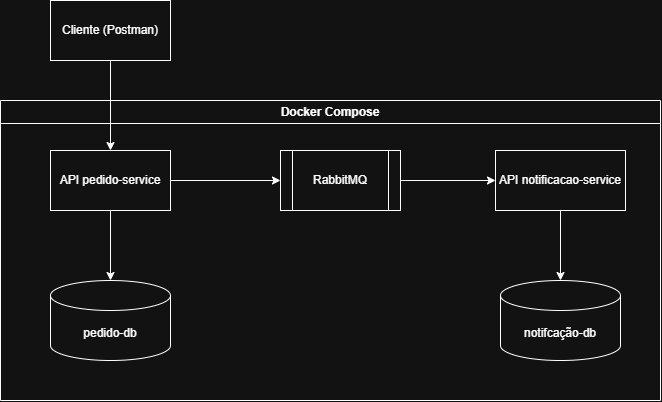
The draw.io diagram docs/arquitetura.png in pdroLcs/sistema-distribuido-pedidos, before a commit. Source tidied: cells renumbered, new cells last; positions are measured from the earlier drawing's top-left corner, leaving out a move shared by most shapes.
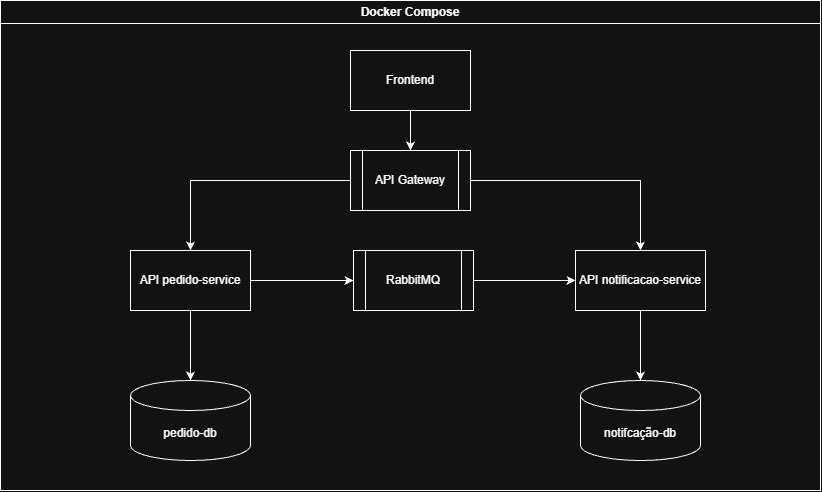
The same file after the commit.

Commit message:
docs: atualiza imagem da arquitetura

The edit, as a diff of the source:
```diff
@@ -2,41 +2,58 @@
   <root>
     <mxCell id="0" />
     <mxCell id="1" parent="0" />
-    <mxCell id="2" value="Cliente (Postman)" style="rounded=0;whiteSpace=wrap;html=1;" parent="1" vertex="1">
-      <mxGeometry x="50" width="120" height="60" as="geometry" />
-    </mxCell>
-    <mxCell id="3" value="Docker Compose" style="swimlane;whiteSpace=wrap;html=1;" parent="1" vertex="1">
-      <mxGeometry y="100" width="660" height="300" as="geometry" />
+    <mxCell id="3" value="Docker Compose" style="swimlane;whiteSpace=wrap;html=1;align=center;spacingRight=0;" parent="1" vertex="1">
+      <mxGeometry y="100" width="820" height="490" as="geometry" />
     </mxCell>
     <mxCell id="4" value="pedido-db" style="shape=cylinder3;whiteSpace=wrap;html=1;boundedLbl=1;backgroundOutline=1;size=15;" parent="3" vertex="1">
-      <mxGeometry x="50" y="180" width="120" height="80" as="geometry" />
+      <mxGeometry x="130" y="380" width="120" height="80" as="geometry" />
     </mxCell>
     <mxCell id="5" value="API pedido-service" style="rounded=0;whiteSpace=wrap;html=1;" parent="3" vertex="1">
-      <mxGeometry x="50" y="50" width="120" height="60" as="geometry" />
+      <mxGeometry x="130" y="250" width="120" height="60" as="geometry" />
     </mxCell>
     <mxCell id="6" style="edgeStyle=orthogonalEdgeStyle;rounded=0;jettySize=auto;html=1;" parent="3" edge="1" source="5" target="4">
       <mxGeometry relative="1" as="geometry" />
     </mxCell>
     <mxCell id="7" value="RabbitMQ" style="shape=process;whiteSpace=wrap;html=1;backgroundOutline=1;rounded=0;" parent="3" vertex="1">
-      <mxGeometry x="280" y="50" width="120" height="60" as="geometry" />
+      <mxGeometry x="353" y="250" width="120" height="60" as="geometry" />
     </mxCell>
     <mxCell id="8" style="edgeStyle=orthogonalEdgeStyle;rounded=0;jettySize=auto;html=1;" parent="3" edge="1" source="5" target="7">
       <mxGeometry relative="1" as="geometry" />
     </mxCell>
     <mxCell id="9" value="API notificacao-service" style="rounded=0;whiteSpace=wrap;html=1;" parent="3" vertex="1">
-      <mxGeometry x="495" y="50" width="130" height="60" as="geometry" />
+      <mxGeometry x="575" y="250" width="130" height="60" as="geometry" />
     </mxCell>
     <mxCell id="10" style="edgeStyle=orthogonalEdgeStyle;rounded=0;jettySize=auto;html=1;" parent="3" edge="1" source="7" target="9">
       <mxGeometry relative="1" as="geometry" />
     </mxCell>
     <mxCell id="11" value="notifcação-db" style="shape=cylinder3;whiteSpace=wrap;html=1;boundedLbl=1;backgroundOutline=1;size=15;" parent="3" vertex="1">
-      <mxGeometry x="500" y="180" width="120" height="80" as="geometry" />
+      <mxGeometry x="580" y="380" width="120" height="80" as="geometry" />
     </mxCell>
     <mxCell id="12" style="edgeStyle=orthogonalEdgeStyle;rounded=0;jettySize=auto;html=1;" parent="3" edge="1" source="9" target="11">
       <mxGeometry relative="1" as="geometry" />
     </mxCell>
-    <mxCell id="13" style="edgeStyle=orthogonalEdgeStyle;rounded=0;jettySize=auto;html=1;" parent="1" edge="1" source="2" target="5">
-      <mxGeometry relative="1" as="geometry" />
-    </mxCell>
+    <mxCell id="14" style="edgeStyle=orthogonalEdgeStyle;rounded=0;jettySize=auto;html=1;defaultLabelBackgroundColor=gap;" parent="3" edge="1" source="15" target="16">
+      <mxGeometry relative="1" as="geometry" />
+    </mxCell>
+    <mxCell id="15" value="Frontend" style="rounded=0;whiteSpace=wrap;html=1;" parent="3" vertex="1">
+      <mxGeometry x="350" y="50" width="120" height="60" as="geometry" />
+    </mxCell>
+    <mxCell id="16" value="API Gateway" style="shape=process;whiteSpace=wrap;html=1;backgroundOutline=1;" parent="3" vertex="1">
+      <mxGeometry x="350" y="150" width="120" height="60" as="geometry" />
+    </mxCell>
+    <mxCell id="17" style="endArrow=classic;html=1;rounded=0;defaultLabelBackgroundColor=gap;exitX=0;exitY=0.5;exitDx=0;exitDy=0;curved=0;entryX=0.5;entryY=0;entryDx=0;entryDy=0;" parent="3" edge="1" source="16" target="5">
+      <mxGeometry x="-0.26" relative="1" as="geometry">
+        <Array as="points">
+          <mxPoint x="190" y="180" />
+        </Array>
+      </mxGeometry>
+    </mxCell>
+    <mxCell id="18" style="endArrow=classic;html=1;rounded=0;defaultLabelBackgroundColor=gap;exitX=1;exitY=0.5;exitDx=0;exitDy=0;entryX=0.5;entryY=0;entryDx=0;entryDy=0;" parent="3" edge="1" source="16" target="9">
+      <mxGeometry relative="1" as="geometry">
+        <Array as="points">
+          <mxPoint x="640" y="180" />
+        </Array>
+      </mxGeometry>
+    </mxCell>
   </root>
 </mxGraphModel>
```
